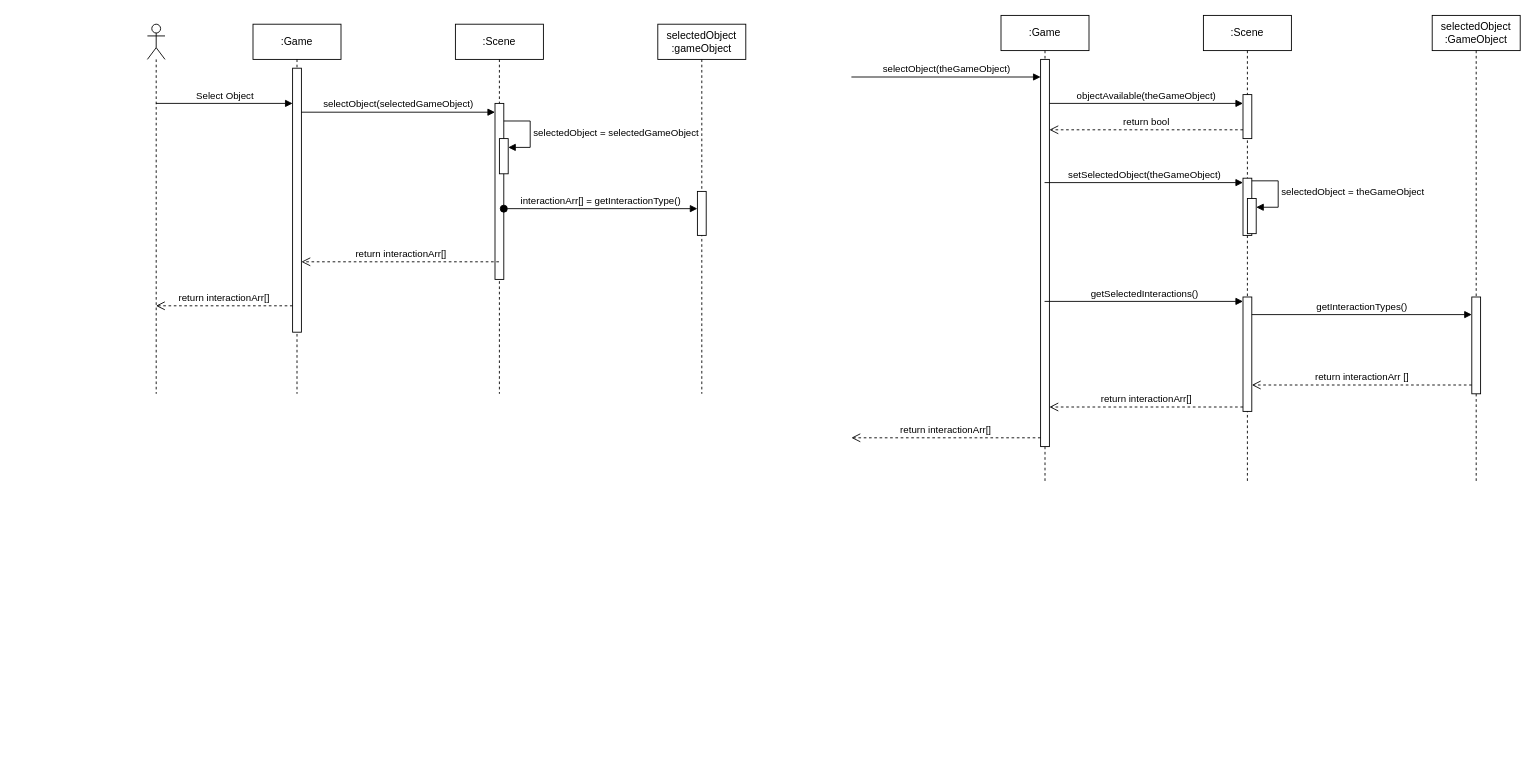
Before: page "selectObject" (2 of 6) of domain-model.drawio in Jesper-R/PA1460, a draw.io diagram. Source tidied: cells renumbered, new cells numbered last; positions are measured from the earlier drawing's top-left corner, leaving out a move shared by most shapes. Both pictures are drawn from the tidied source at 88%, with x=0, y=0 at pixel (147, 15).
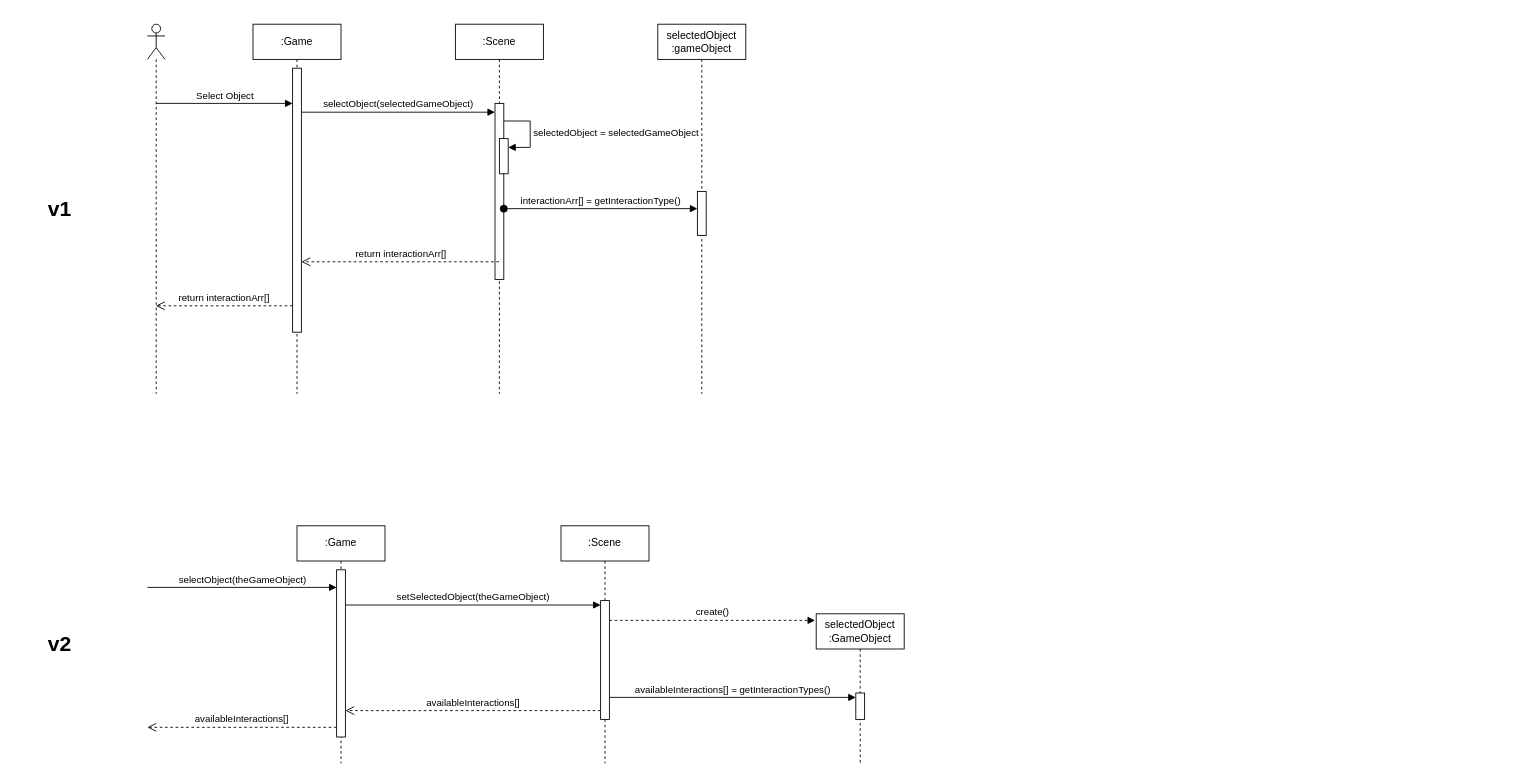
The same diagram, later.

The edit, as a diff of the source:
```diff
@@
     <mxCell id="16" value=":Game" style="shape=umlLifeline;perimeter=lifelinePerimeter;whiteSpace=wrap;html=1;outlineConnect=0;portConstraint=eastwest;newEdgeStyle={&quot;curved&quot;:0,&quot;rounded&quot;:0};" parent="1" vertex="1">
-      <mxGeometry x="970" width="100" height="530" as="geometry" />
+      <mxGeometry x="170" y="580" width="100" height="270" as="geometry" />
     </mxCell>
-    <mxCell id="17" style="html=1;points=[[0,0,0,0,5],[0,1,0,0,-5],[1,0,0,0,5],[1,1,0,0,-5]];perimeter=orthogonalPerimeter;outlineConnect=0;targetShapes=umlLifeline;portConstraint=eastwest;newEdgeStyle={&quot;curved&quot;:0,&quot;rounded&quot;:0};" parent="16" vertex="1">
-      <mxGeometry x="45" y="50" width="10" height="440" as="geometry" />
-    </mxCell>
+    <mxCell id="35" style="html=1;points=[[0,0,0,0,5],[0,1,0,0,-5],[1,0,0,0,5],[1,1,0,0,-5]];perimeter=orthogonalPerimeter;outlineConnect=0;targetShapes=umlLifeline;portConstraint=eastwest;newEdgeStyle={&quot;curved&quot;:0,&quot;rounded&quot;:0};" parent="16" vertex="1">
+      <mxGeometry x="45" y="50" width="10" height="190" as="geometry" />
+    </mxCell>
     <mxCell id="18" value=":Scene" style="shape=umlLifeline;perimeter=lifelinePerimeter;whiteSpace=wrap;html=1;newEdgeStyle={&quot;curved&quot;:0,&quot;rounded&quot;:0};" parent="1" vertex="1">
-      <mxGeometry x="1200" width="100" height="530" as="geometry" />
+      <mxGeometry x="470" y="580" width="100" height="270" as="geometry" />
     </mxCell>
-    <mxCell id="19" style="html=1;perimeter=orthogonalPerimeter;targetShapes=umlLifeline;newEdgeStyle={&quot;curved&quot;:0,&quot;rounded&quot;:0};" parent="18" vertex="1">
-      <mxGeometry x="45" y="90" width="10" height="50" as="geometry" />
-    </mxCell>
-    <mxCell id="20" style="html=1;points=[[0,0,0,0,5],[0,1,0,0,-5],[1,0,0,0,5],[1,1,0,0,-5]];perimeter=orthogonalPerimeter;outlineConnect=0;targetShapes=umlLifeline;portConstraint=eastwest;newEdgeStyle={&quot;curved&quot;:0,&quot;rounded&quot;:0};" parent="18" vertex="1">
-      <mxGeometry x="45" y="320" width="10" height="130" as="geometry" />
-    </mxCell>
-    <mxCell id="21" style="html=1;points=[[0,0,0,0,5],[0,1,0,0,-5],[1,0,0,0,5],[1,1,0,0,-5]];perimeter=orthogonalPerimeter;outlineConnect=0;targetShapes=umlLifeline;portConstraint=eastwest;newEdgeStyle={&quot;curved&quot;:0,&quot;rounded&quot;:0};" parent="18" vertex="1">
-      <mxGeometry x="45" y="185" width="10" height="65" as="geometry" />
-    </mxCell>
-    <mxCell id="22" style="html=1;points=[[0,0,0,0,5],[0,1,0,0,-5],[1,0,0,0,5],[1,1,0,0,-5]];perimeter=orthogonalPerimeter;outlineConnect=0;targetShapes=umlLifeline;portConstraint=eastwest;newEdgeStyle={&quot;curved&quot;:0,&quot;rounded&quot;:0};" parent="18" vertex="1">
-      <mxGeometry x="50" y="208" width="10" height="40" as="geometry" />
-    </mxCell>
-    <mxCell id="23" value="selectedObject = theGameObject" style="html=1;align=left;spacingLeft=2;endArrow=block;rounded=0;edgeStyle=orthogonalEdgeStyle;curved=0;rounded=0;" parent="18" edge="1" target="22">
-      <mxGeometry relative="1" as="geometry">
-        <mxPoint x="55" y="188" as="sourcePoint" />
-        <Array as="points">
-          <mxPoint x="85" y="218" />
-        </Array>
-      </mxGeometry>
-    </mxCell>
+    <mxCell id="36" style="html=1;points=[[0,0,0,0,5],[0,1,0,0,-5],[1,0,0,0,5],[1,1,0,0,-5]];perimeter=orthogonalPerimeter;outlineConnect=0;targetShapes=umlLifeline;portConstraint=eastwest;newEdgeStyle={&quot;curved&quot;:0,&quot;rounded&quot;:0};" parent="18" vertex="1">
+      <mxGeometry x="45" y="85" width="10" height="135" as="geometry" />
+    </mxCell>
     <mxCell id="24" value="selectedObject&lt;br&gt;:GameObject" style="shape=umlLifeline;perimeter=lifelinePerimeter;whiteSpace=wrap;html=1;outlineConnect=0;portConstraint=eastwest;newEdgeStyle={&quot;curved&quot;:0,&quot;rounded&quot;:0};" parent="1" vertex="1">
-      <mxGeometry x="1460" width="100" height="530" as="geometry" />
+      <mxGeometry x="760" y="680" width="100" height="170" as="geometry" />
     </mxCell>
-    <mxCell id="25" style="html=1;points=[[0,0,0,0,5],[0,1,0,0,-5],[1,0,0,0,5],[1,1,0,0,-5]];perimeter=orthogonalPerimeter;outlineConnect=0;targetShapes=umlLifeline;portConstraint=eastwest;newEdgeStyle={&quot;curved&quot;:0,&quot;rounded&quot;:0};" parent="24" vertex="1">
-      <mxGeometry x="45" y="320" width="10" height="110" as="geometry" />
-    </mxCell>
+    <mxCell id="37" style="html=1;points=[[0,0,0,0,5],[0,1,0,0,-5],[1,0,0,0,5],[1,1,0,0,-5]];perimeter=orthogonalPerimeter;outlineConnect=0;targetShapes=umlLifeline;portConstraint=eastwest;newEdgeStyle={&quot;curved&quot;:0,&quot;rounded&quot;:0};" parent="24" vertex="1">
+      <mxGeometry x="45" y="90" width="10" height="30" as="geometry" />
+    </mxCell>
     <mxCell id="26" value="selectObject(theGameObject)" style="html=1;verticalAlign=bottom;endArrow=block;curved=0;rounded=0;" parent="1" edge="1">
       <mxGeometry relative="1" as="geometry">
-        <mxPoint x="800" y="70" as="sourcePoint" />
-        <mxPoint x="1015" y="70" as="targetPoint" />
+        <mxPoint y="650" as="sourcePoint" />
+        <mxPoint x="215" y="650" as="targetPoint" />
       </mxGeometry>
     </mxCell>
-    <mxCell id="27" value="objectAvailable(theGameObject)" style="html=1;verticalAlign=bottom;endArrow=block;curved=0;rounded=0;entryX=0;entryY=0;entryDx=0;entryDy=5;" parent="1" edge="1">
-      <mxGeometry relative="1" as="geometry">
-        <mxPoint x="1025" y="100" as="sourcePoint" />
-        <mxPoint x="1245" y="100" as="targetPoint" />
-      </mxGeometry>
-    </mxCell>
-    <mxCell id="28" value="getSelectedInteractions()" style="html=1;verticalAlign=bottom;endArrow=block;curved=0;rounded=0;entryX=0;entryY=0;entryDx=0;entryDy=5;" parent="1" edge="1" source="16" target="20">
-      <mxGeometry relative="1" as="geometry" />
-    </mxCell>
-    <mxCell id="29" value="return interactionArr[]" style="html=1;verticalAlign=bottom;endArrow=open;dashed=1;endSize=8;curved=0;rounded=0;exitX=0;exitY=1;exitDx=0;exitDy=-5;fontStyle=0;" parent="1" edge="1" source="20" target="17">
-      <mxGeometry relative="1" as="geometry" />
-    </mxCell>
-    <mxCell id="30" value="return interactionArr[]" style="html=1;verticalAlign=bottom;endArrow=open;dashed=1;endSize=8;curved=0;rounded=0;fontStyle=0;" parent="1" edge="1">
-      <mxGeometry relative="1" as="geometry">
-        <mxPoint x="1015" y="480" as="sourcePoint" />
-        <mxPoint x="800" y="480" as="targetPoint" />
-      </mxGeometry>
-    </mxCell>
-    <mxCell id="31" value="getInteractionTypes()" style="html=1;verticalAlign=bottom;endArrow=block;curved=0;rounded=0;entryX=0;entryY=0;entryDx=0;entryDy=5;" parent="1" edge="1">
-      <mxGeometry relative="1" as="geometry">
-        <mxPoint x="1255" y="340" as="sourcePoint" />
-        <mxPoint x="1505" y="340" as="targetPoint" />
-      </mxGeometry>
-    </mxCell>
-    <mxCell id="32" value="return interactionArr []" style="html=1;verticalAlign=bottom;endArrow=open;dashed=1;endSize=8;curved=0;rounded=0;" parent="1" edge="1" source="25">
-      <mxGeometry relative="1" as="geometry">
-        <mxPoint x="1255" y="420" as="targetPoint" />
-      </mxGeometry>
-    </mxCell>
+    <mxCell id="38" value="availableInteractions[]" style="html=1;verticalAlign=bottom;endArrow=open;dashed=1;endSize=8;curved=0;rounded=0;fontStyle=0;" parent="1" edge="1">
+      <mxGeometry relative="1" as="geometry">
+        <mxPoint x="215" y="809" as="sourcePoint" />
+        <mxPoint y="809" as="targetPoint" />
+      </mxGeometry>
+    </mxCell>
+    <mxCell id="39" value="create()" style="html=1;verticalAlign=bottom;endArrow=block;curved=0;rounded=0;dashed=1;entryX=-0.013;entryY=0.044;entryDx=0;entryDy=0;entryPerimeter=0;" parent="1" edge="1" source="36" target="24">
+      <mxGeometry relative="1" as="geometry" />
+    </mxCell>
-    <mxCell id="33" value="setSelectedObject(theGameObject)" style="html=1;verticalAlign=bottom;endArrow=block;curved=0;rounded=0;entryX=0;entryY=0;entryDx=0;entryDy=5;" parent="1" edge="1" source="16" target="21">
+    <mxCell id="33" value="setSelectedObject(theGameObject)" style="html=1;verticalAlign=bottom;endArrow=block;curved=0;rounded=0;entryX=0;entryY=0;entryDx=0;entryDy=5;" parent="1" edge="1" source="35" target="36">
       <mxGeometry relative="1" as="geometry" />
     </mxCell>
-    <mxCell id="34" value="return bool" style="html=1;verticalAlign=bottom;endArrow=open;dashed=1;endSize=8;curved=0;rounded=0;fontStyle=0;" parent="1" edge="1">
-      <mxGeometry relative="1" as="geometry">
-        <mxPoint x="1245" y="130" as="sourcePoint" />
-        <mxPoint x="1025" y="130" as="targetPoint" />
-      </mxGeometry>
-    </mxCell>
+    <mxCell id="40" value="availableInteractions[] = getInteractionTypes()" style="html=1;verticalAlign=bottom;endArrow=block;curved=0;rounded=0;entryX=0;entryY=0;entryDx=0;entryDy=5;" parent="1" edge="1" source="36" target="37">
+      <mxGeometry relative="1" as="geometry" />
+    </mxCell>
+    <mxCell id="41" value="availableInteractions[]" style="html=1;verticalAlign=bottom;endArrow=open;dashed=1;endSize=8;curved=0;rounded=0;fontStyle=0;" parent="1" edge="1">
+      <mxGeometry relative="1" as="geometry">
+        <mxPoint x="515" y="790" as="sourcePoint" />
+        <mxPoint x="225" y="790" as="targetPoint" />
+      </mxGeometry>
+    </mxCell>
+    <mxCell id="42" value="v1" style="text;strokeColor=none;fillColor=none;html=1;fontSize=24;fontStyle=1;verticalAlign=middle;align=center;" parent="1" vertex="1">
+      <mxGeometry x="-150" y="200" width="100" height="40" as="geometry" />
+    </mxCell>
+    <mxCell id="43" value="v2" style="text;strokeColor=none;fillColor=none;html=1;fontSize=24;fontStyle=1;verticalAlign=middle;align=center;" parent="1" vertex="1">
+      <mxGeometry x="-150" y="695" width="100" height="40" as="geometry" />
+    </mxCell>
```
